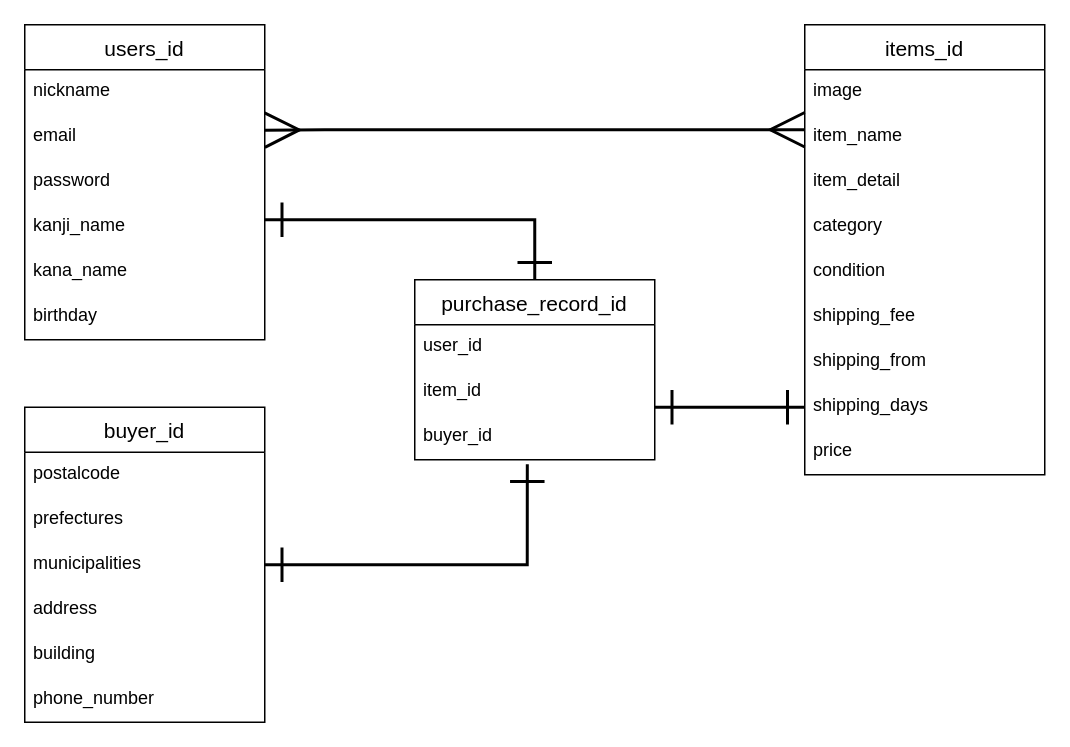
Earlier version of the draw.io diagram er.dio (daicheez/furima-37244). Source tidied: cells renumbered, new cells numbered last; positions are measured from the earlier drawing's top-left corner, leaving out a move shared by most shapes. Both pictures are drawn from the tidied source at 150%, with x=0, y=0 at pixel (24, 24).
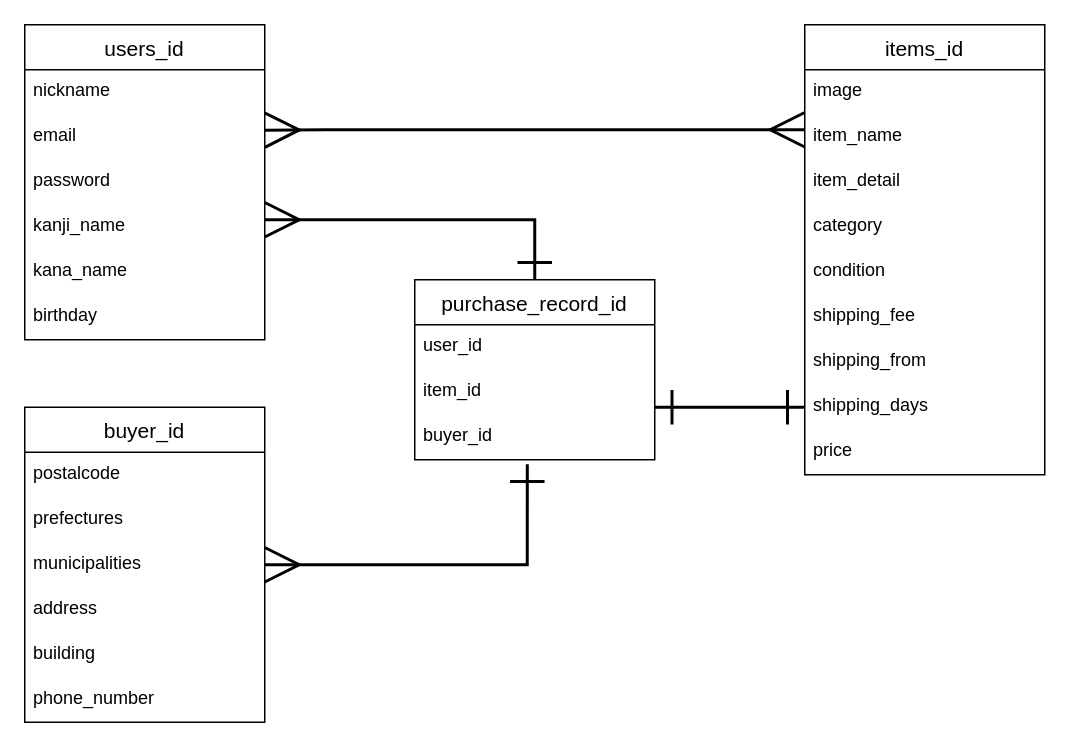
The same diagram, later.

The change refers to these unchanged cells:
```xml
<mxCell id="19" value="purchase_record_id" style="swimlane;fontStyle=0;horizontal=1;startSize=30;align=center;fontSize=14;" parent="1" vertex="1">
  <mxGeometry x="260" y="170" width="160" height="120" as="geometry" />
</mxCell>
<mxCell id="22" value="buyer_id" style="text;strokeColor=none;fillColor=none;spacingLeft=4;spacingRight=4;overflow=hidden;points=[[0,0.5],[1,0.5]];portConstraint=eastwest;fontSize=12;" parent="19" vertex="1">
  <mxGeometry y="90" width="160" height="30" as="geometry" />
</mxCell>
```

Change to the diagram source:
```diff
@@
-    <mxCell id="31" style="edgeStyle=none;html=1;startArrow=ERone;startFill=0;rounded=0;strokeWidth=2;endArrow=ERone;endFill=0;targetPerimeterSpacing=0;sourcePerimeterSpacing=0;endSize=20;startSize=20;entryX=0.469;entryY=1.1;entryDx=0;entryDy=0;entryPerimeter=0;" parent="1" edge="1" target="22">
+    <mxCell id="31" style="edgeStyle=none;html=1;startArrow=ERmany;startFill=0;rounded=0;strokeWidth=2;endArrow=ERone;endFill=0;targetPerimeterSpacing=0;sourcePerimeterSpacing=0;endSize=20;startSize=20;entryX=0.469;entryY=1.1;entryDx=0;entryDy=0;entryPerimeter=0;" parent="1" edge="1" target="22">
       <mxGeometry relative="1" as="geometry">
         <mxPoint x="160" y="360" as="sourcePoint" />
         <Array as="points">
           <mxPoint x="335" y="360" />
         </Array>
       </mxGeometry>
     </mxCell>
@@
-    <mxCell id="33" style="edgeStyle=none;html=1;startArrow=ERone;startFill=0;rounded=0;strokeWidth=2;endArrow=ERone;endFill=0;targetPerimeterSpacing=0;sourcePerimeterSpacing=0;endSize=20;startSize=20;entryX=0.5;entryY=0;entryDx=0;entryDy=0;" parent="1" edge="1" target="19">
+    <mxCell id="33" style="edgeStyle=none;html=1;startArrow=ERmany;startFill=0;rounded=0;strokeWidth=2;endArrow=ERone;endFill=0;targetPerimeterSpacing=0;sourcePerimeterSpacing=0;endSize=20;startSize=20;entryX=0.5;entryY=0;entryDx=0;entryDy=0;" parent="1" edge="1" target="19">
       <mxGeometry relative="1" as="geometry">
         <mxPoint x="160" y="130" as="sourcePoint" />
         <Array as="points">
           <mxPoint x="340" y="130" />
         </Array>
       </mxGeometry>
     </mxCell>
```
